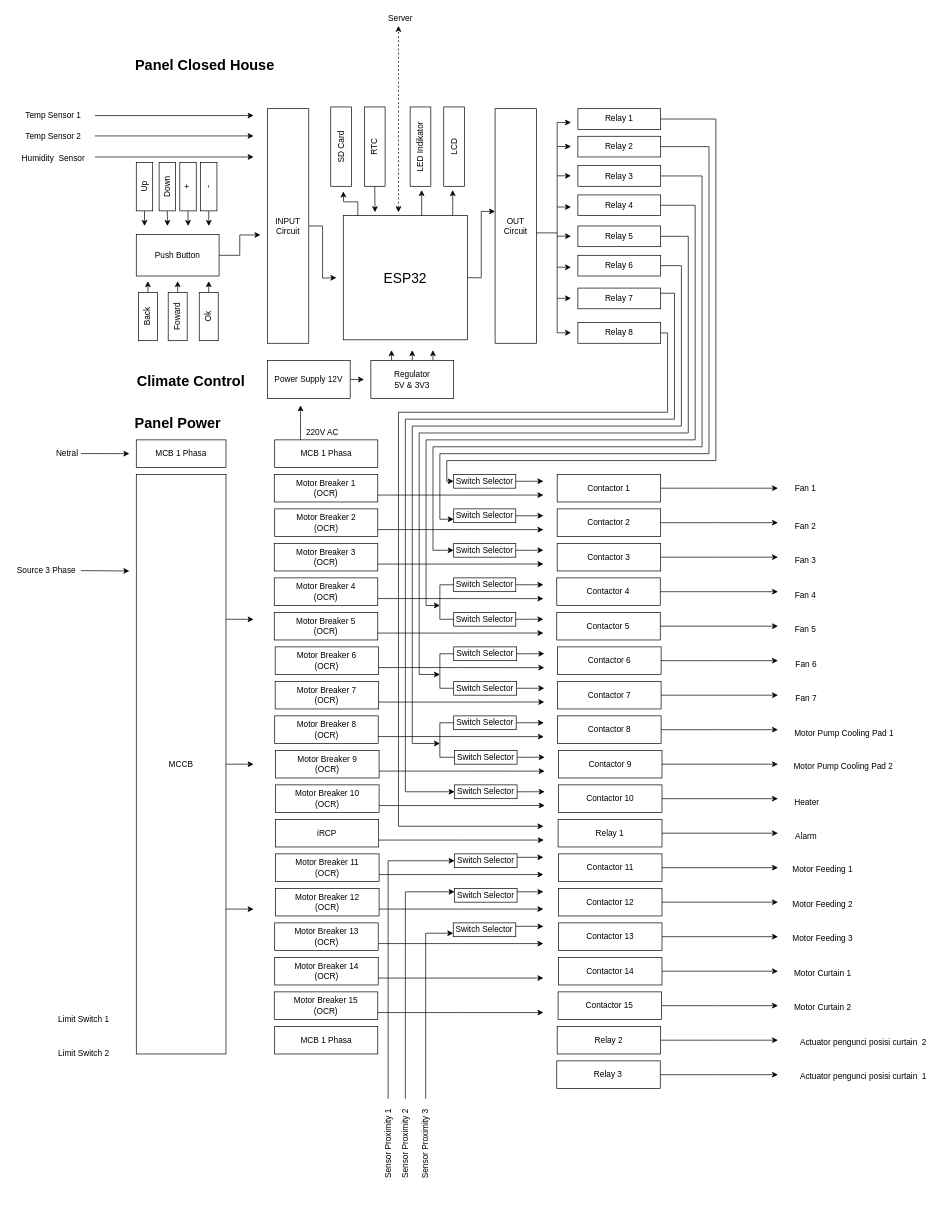
The draw.io diagram Block diagram R01.drawio in aufarachman39/Flowchart-PA, before the edit. Source tidied: cells renumbered, new cells numbered last; positions are measured from the earlier drawing's top-left corner, leaving out a move shared by most shapes. Both pictures are drawn from the tidied source at 69%, with x=0, y=0 at pixel (12, 12).
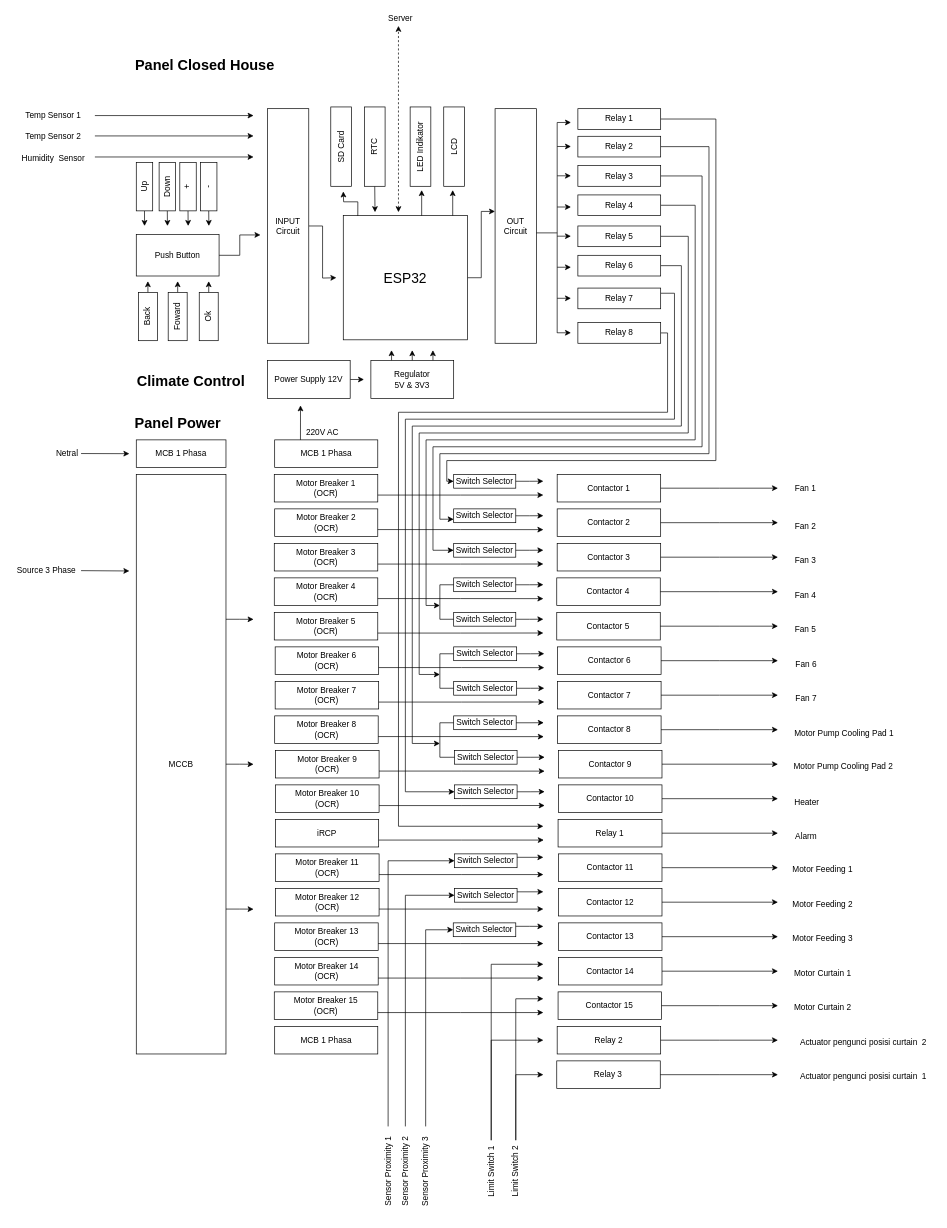
The same diagram, later.

Unchanged cells that the change refers to:
```xml
<mxCell id="174" value="Switch Selector" style="rounded=0;whiteSpace=wrap;html=1;fillColor=none;" parent="1" vertex="1">
  <mxGeometry x="641.3" y="1270" width="90.6" height="20" as="geometry" />
</mxCell>
<mxCell id="176" value="Switch Selector" style="rounded=0;whiteSpace=wrap;html=1;fillColor=none;" parent="1" vertex="1">
  <mxGeometry x="639.4" y="1320" width="90.6" height="20" as="geometry" />
</mxCell>
```

Diff of the diagram source:
```diff
@@
+    <mxCell id="211" style="edgeStyle=orthogonalEdgeStyle;rounded=0;jettySize=auto;html=1;exitX=1;exitY=0.5;exitDx=0;exitDy=0;endArrow=classic;endFill=1;" parent="1" edge="1" source="197">
+      <mxGeometry relative="1" as="geometry">
+        <mxPoint x="770" y="1380" as="targetPoint" />
+        <Array as="points">
+          <mxPoint x="694" y="1380" />
+        </Array>
+      </mxGeometry>
+    </mxCell>
+    <mxCell id="212" style="edgeStyle=orthogonalEdgeStyle;rounded=0;jettySize=auto;html=1;exitX=1;exitY=0.5;exitDx=0;exitDy=0;endArrow=classic;endFill=1;" parent="1" edge="1" source="197">
+      <mxGeometry relative="1" as="geometry">
+        <mxPoint x="770" y="1490" as="targetPoint" />
+        <Array as="points">
+          <mxPoint x="694" y="1490" />
+        </Array>
+      </mxGeometry>
+    </mxCell>
-    <mxCell id="197" value="Limit Switch 1" style="text;html=1;strokeColor=none;fillColor=none;align=center;verticalAlign=middle;whiteSpace=wrap;rounded=0;" parent="1" vertex="1">
-      <mxGeometry x="58.8" y="1450" width="90" height="20" as="geometry" />
+    <mxCell id="197" value="Limit Switch 1" style="text;html=1;strokeColor=none;fillColor=none;align=center;verticalAlign=middle;whiteSpace=wrap;rounded=0;rotation=-90;" parent="1" vertex="1">
+      <mxGeometry x="649.4" y="1670" width="90" height="20" as="geometry" />
     </mxCell>
+    <mxCell id="213" style="edgeStyle=orthogonalEdgeStyle;rounded=0;jettySize=auto;html=1;exitX=1;exitY=0.5;exitDx=0;exitDy=0;endArrow=classic;endFill=1;" parent="1" edge="1" source="198">
+      <mxGeometry relative="1" as="geometry">
+        <mxPoint x="770" y="1430" as="targetPoint" />
+        <Array as="points">
+          <mxPoint x="730" y="1430" />
+        </Array>
+      </mxGeometry>
+    </mxCell>
+    <mxCell id="214" style="edgeStyle=orthogonalEdgeStyle;rounded=0;jettySize=auto;html=1;exitX=1;exitY=0.5;exitDx=0;exitDy=0;endArrow=classic;endFill=1;" parent="1" edge="1" source="198">
+      <mxGeometry relative="1" as="geometry">
+        <mxPoint x="770" y="1540" as="targetPoint" />
+        <Array as="points">
+          <mxPoint x="730" y="1540" />
+        </Array>
+      </mxGeometry>
+    </mxCell>
-    <mxCell id="198" value="Limit Switch 2" style="text;html=1;strokeColor=none;fillColor=none;align=center;verticalAlign=middle;whiteSpace=wrap;rounded=0;" parent="1" vertex="1">
-      <mxGeometry x="58.8" y="1500" width="90" height="20" as="geometry" />
+    <mxCell id="198" value="Limit Switch 2" style="text;html=1;strokeColor=none;fillColor=none;align=center;verticalAlign=middle;whiteSpace=wrap;rounded=0;rotation=-90;" parent="1" vertex="1">
+      <mxGeometry x="685" y="1670" width="90" height="20" as="geometry" />
     </mxCell>
@@
     <mxCell id="202" value="Sensor Proximity 1" style="text;html=1;strokeColor=none;fillColor=none;align=center;verticalAlign=middle;whiteSpace=wrap;rounded=0;rotation=-90;" parent="1" vertex="1">
-      <mxGeometry x="480" y="1630" width="130" height="20" as="geometry" />
+      <mxGeometry x="480" y="1670" width="130" height="20" as="geometry" />
     </mxCell>
-    <mxCell id="203" style="edgeStyle=orthogonalEdgeStyle;rounded=0;jettySize=auto;html=1;exitX=1;exitY=0.5;exitDx=0;exitDy=0;entryX=0;entryY=0.25;entryDx=0;entryDy=0;endArrow=classic;endFill=1;" parent="1" edge="1" source="204" target="174">
+    <mxCell id="203" style="edgeStyle=orthogonalEdgeStyle;rounded=0;jettySize=auto;html=1;exitX=1;exitY=0.5;exitDx=0;exitDy=0;entryX=0;entryY=0.5;entryDx=0;entryDy=0;endArrow=classic;endFill=1;" parent="1" edge="1" source="204" target="174">
       <mxGeometry relative="1" as="geometry" />
     </mxCell>
     <mxCell id="204" value="Sensor Proximity 2" style="text;html=1;strokeColor=none;fillColor=none;align=center;verticalAlign=middle;whiteSpace=wrap;rounded=0;rotation=-90;" parent="1" vertex="1">
-      <mxGeometry x="505" y="1630" width="130" height="20" as="geometry" />
+      <mxGeometry x="505" y="1670" width="130" height="20" as="geometry" />
     </mxCell>
-    <mxCell id="205" style="edgeStyle=orthogonalEdgeStyle;rounded=0;jettySize=auto;html=1;exitX=1;exitY=0.5;exitDx=0;exitDy=0;entryX=0;entryY=0.75;entryDx=0;entryDy=0;endArrow=classic;endFill=1;" parent="1" edge="1" source="206" target="176">
+    <mxCell id="205" style="edgeStyle=orthogonalEdgeStyle;rounded=0;jettySize=auto;html=1;exitX=1;exitY=0.5;exitDx=0;exitDy=0;entryX=0;entryY=0.5;entryDx=0;entryDy=0;endArrow=classic;endFill=1;" parent="1" edge="1" source="206" target="176">
       <mxGeometry relative="1" as="geometry" />
     </mxCell>
     <mxCell id="206" value="Sensor Proximity 3" style="text;html=1;strokeColor=none;fillColor=none;align=center;verticalAlign=middle;whiteSpace=wrap;rounded=0;rotation=-90;" parent="1" vertex="1">
-      <mxGeometry x="534.4" y="1630" width="130" height="20" as="geometry" />
+      <mxGeometry x="534.4" y="1670" width="130" height="20" as="geometry" />
     </mxCell>
```
